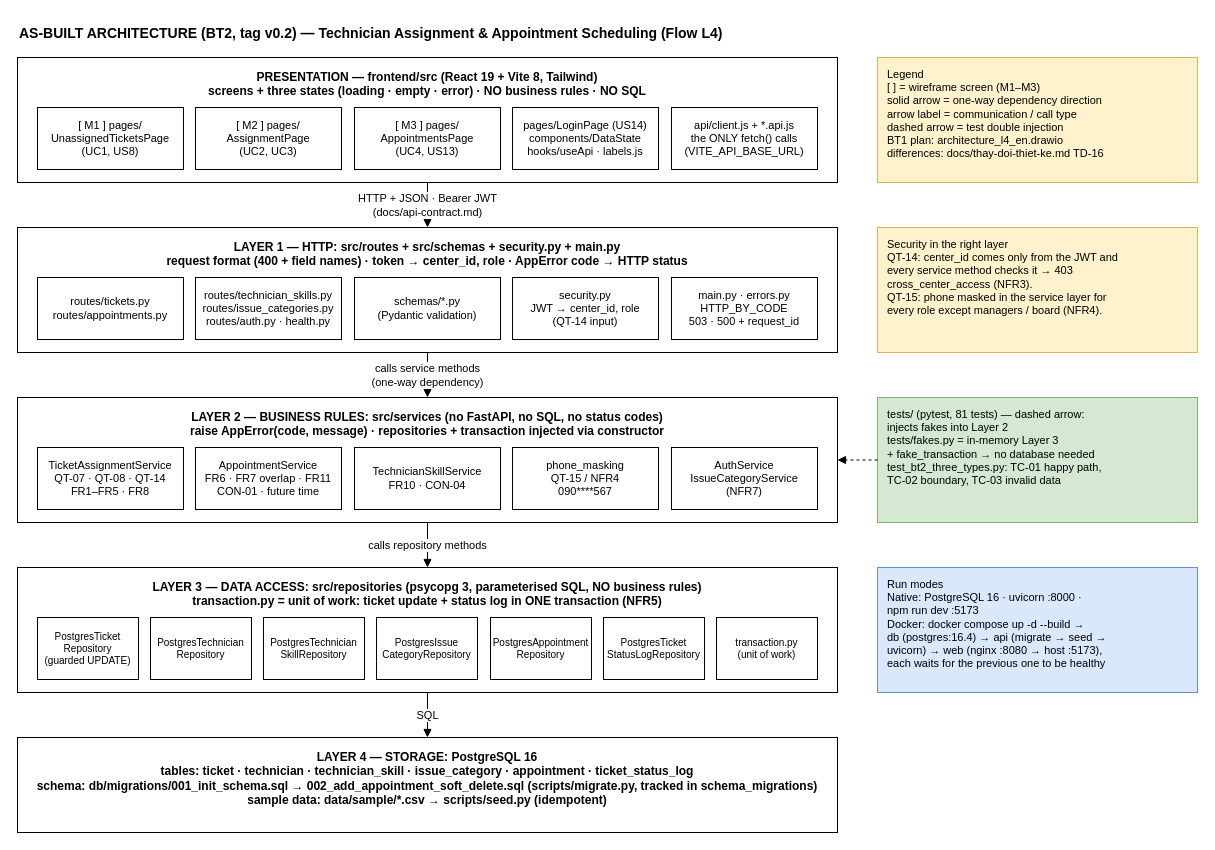
RASPHONE/cdtn1-rasphonesamphanthamith-l4 keeps this draw.io diagram as docs/architecture-thuc-te.drawio. Above is the earlier version. Source tidied: cells renumbered, new cells numbered last; positions are measured from the earlier drawing's top-left corner, leaving out a move shared by most shapes. Both pictures are drawn from the tidied source at 100%, with x=0, y=0 at pixel (17, 17).
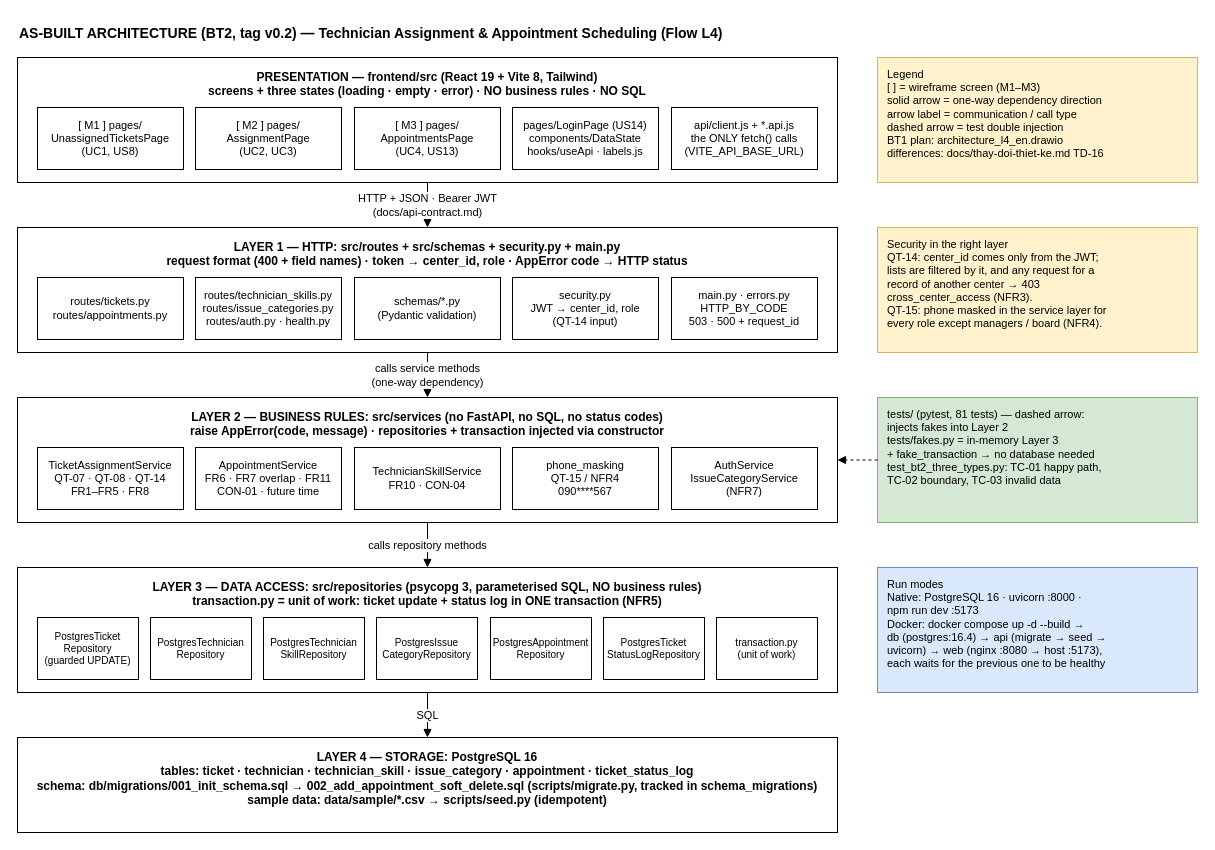
Above is the later version.

Change to the diagram source:
```diff
@@
-    <mxCell id="37" value="Security in the right layer&#10;QT-14: center_id comes only from the JWT and&#10;every service method checks it → 403&#10;cross_center_access (NFR3).&#10;QT-15: phone masked in the service layer for&#10;every role except managers / board (NFR4)." style="fontColor=#000000;fontFamily=Helvetica;rounded=0;whiteSpace=wrap;html=0;fillColor=#fff2cc;strokeColor=#d6b656;align=left;verticalAlign=top;spacingLeft=8;spacingTop=4;fontSize=11;" parent="1" vertex="1">
+    <mxCell id="37" value="Security in the right layer&#10;QT-14: center_id comes only from the JWT;&#10;lists are filtered by it, and any request for a&#10;record of another center → 403&#10;cross_center_access (NFR3).&#10;QT-15: phone masked in the service layer for&#10;every role except managers / board (NFR4)." style="fontColor=#000000;fontFamily=Helvetica;rounded=0;whiteSpace=wrap;html=0;fillColor=#fff2cc;strokeColor=#d6b656;align=left;verticalAlign=top;spacingLeft=8;spacingTop=4;fontSize=11;" parent="1" vertex="1">
       <mxGeometry x="860" y="210" width="320" height="125" as="geometry" />
     </mxCell>
```
